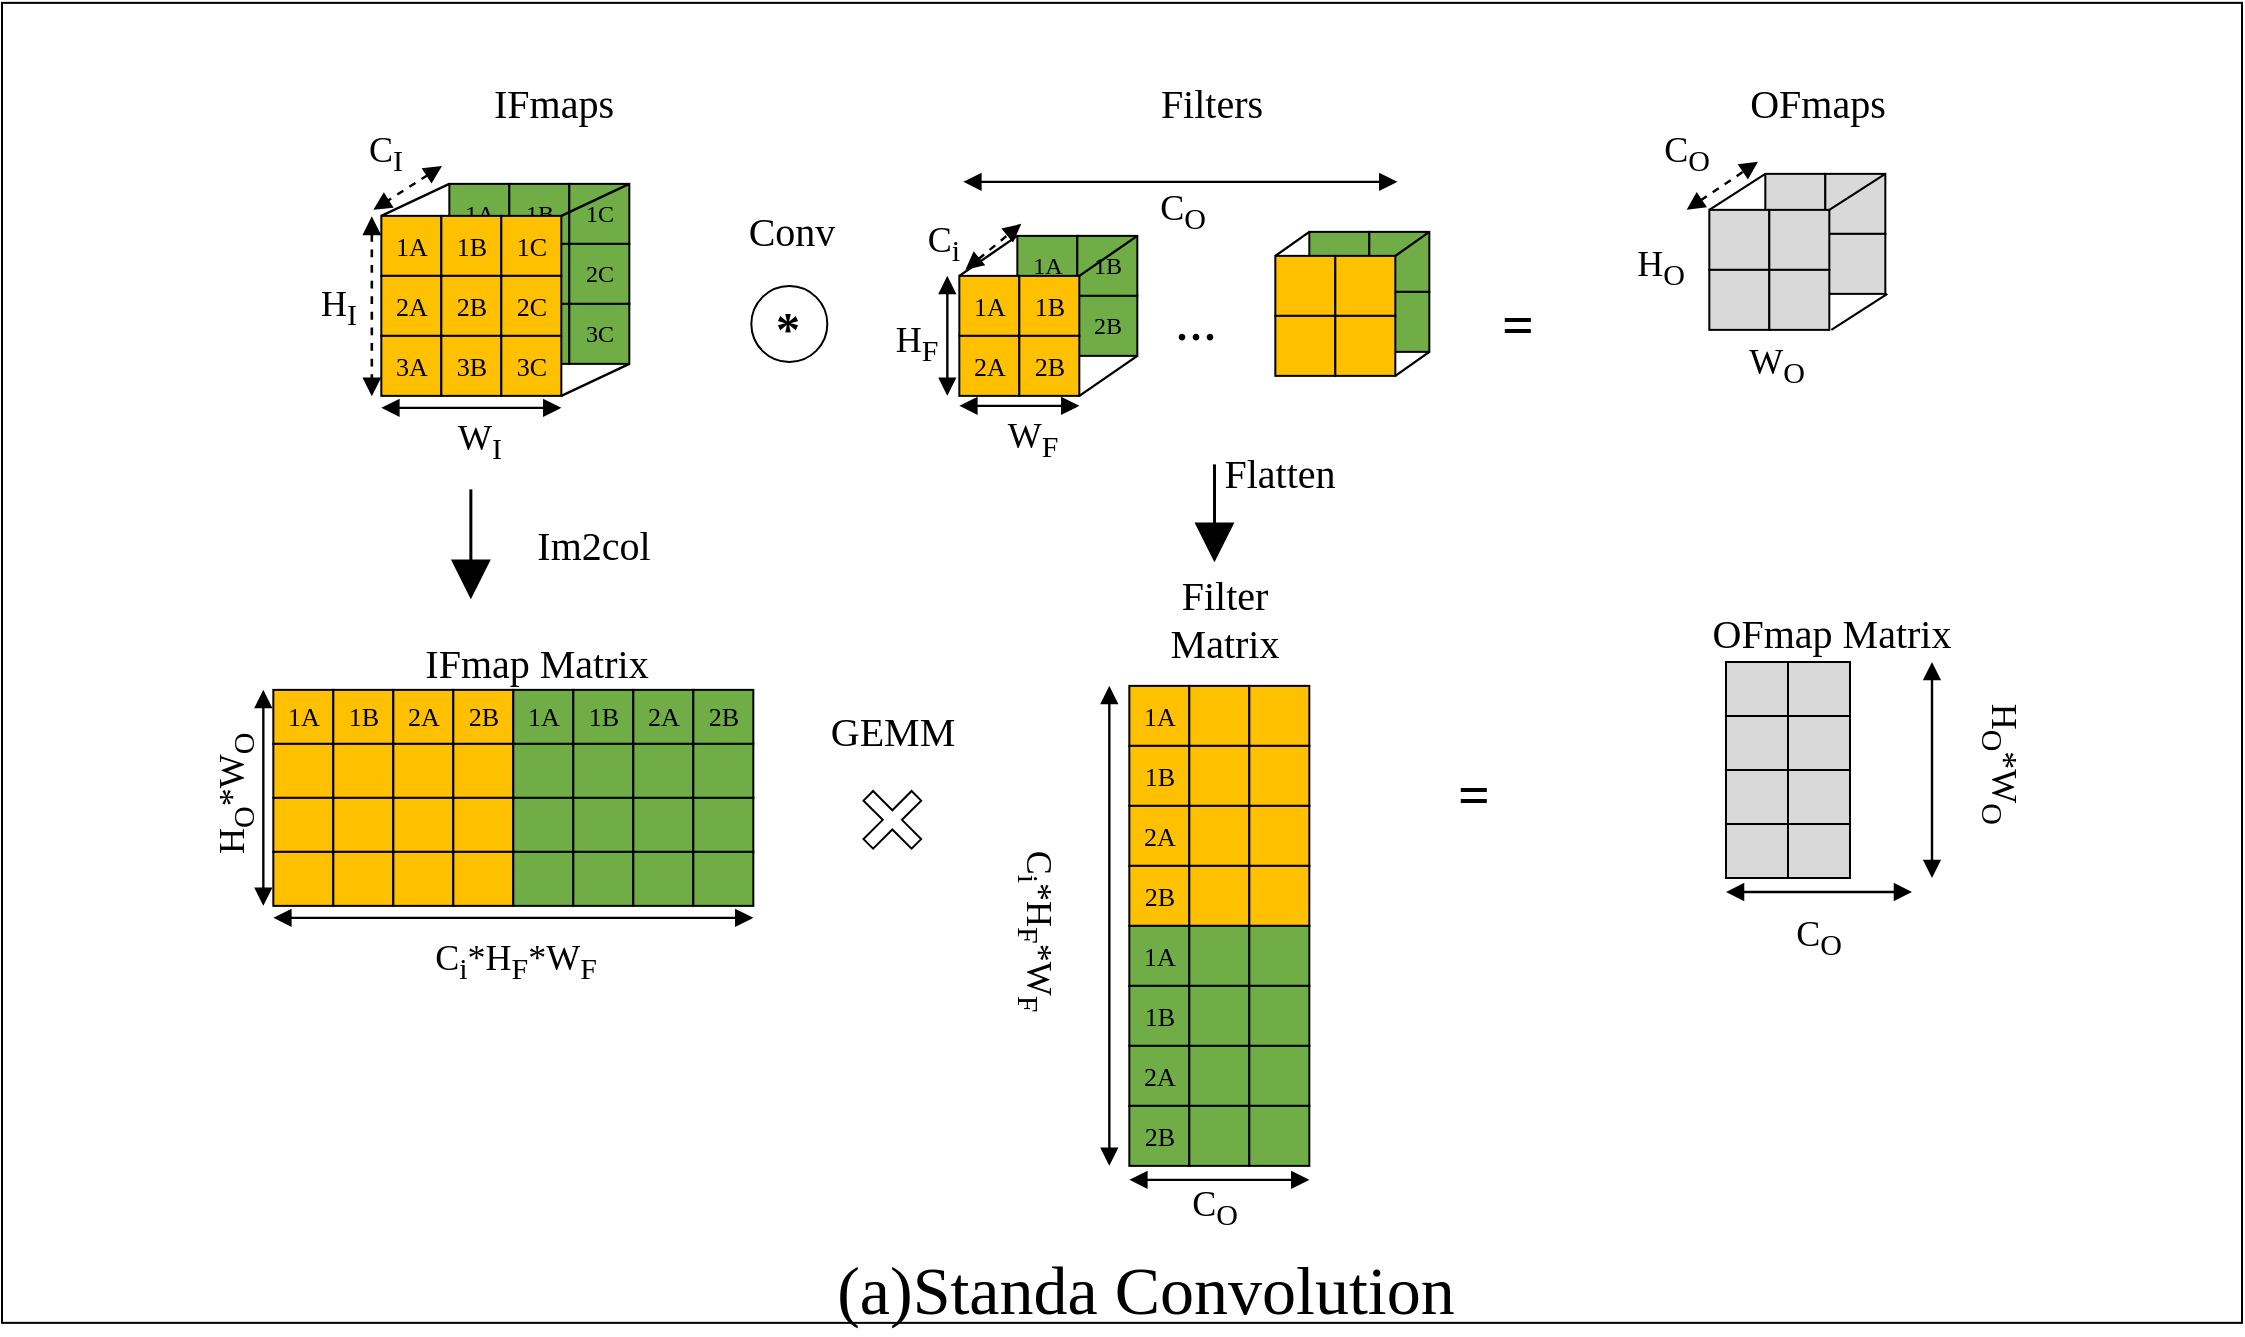
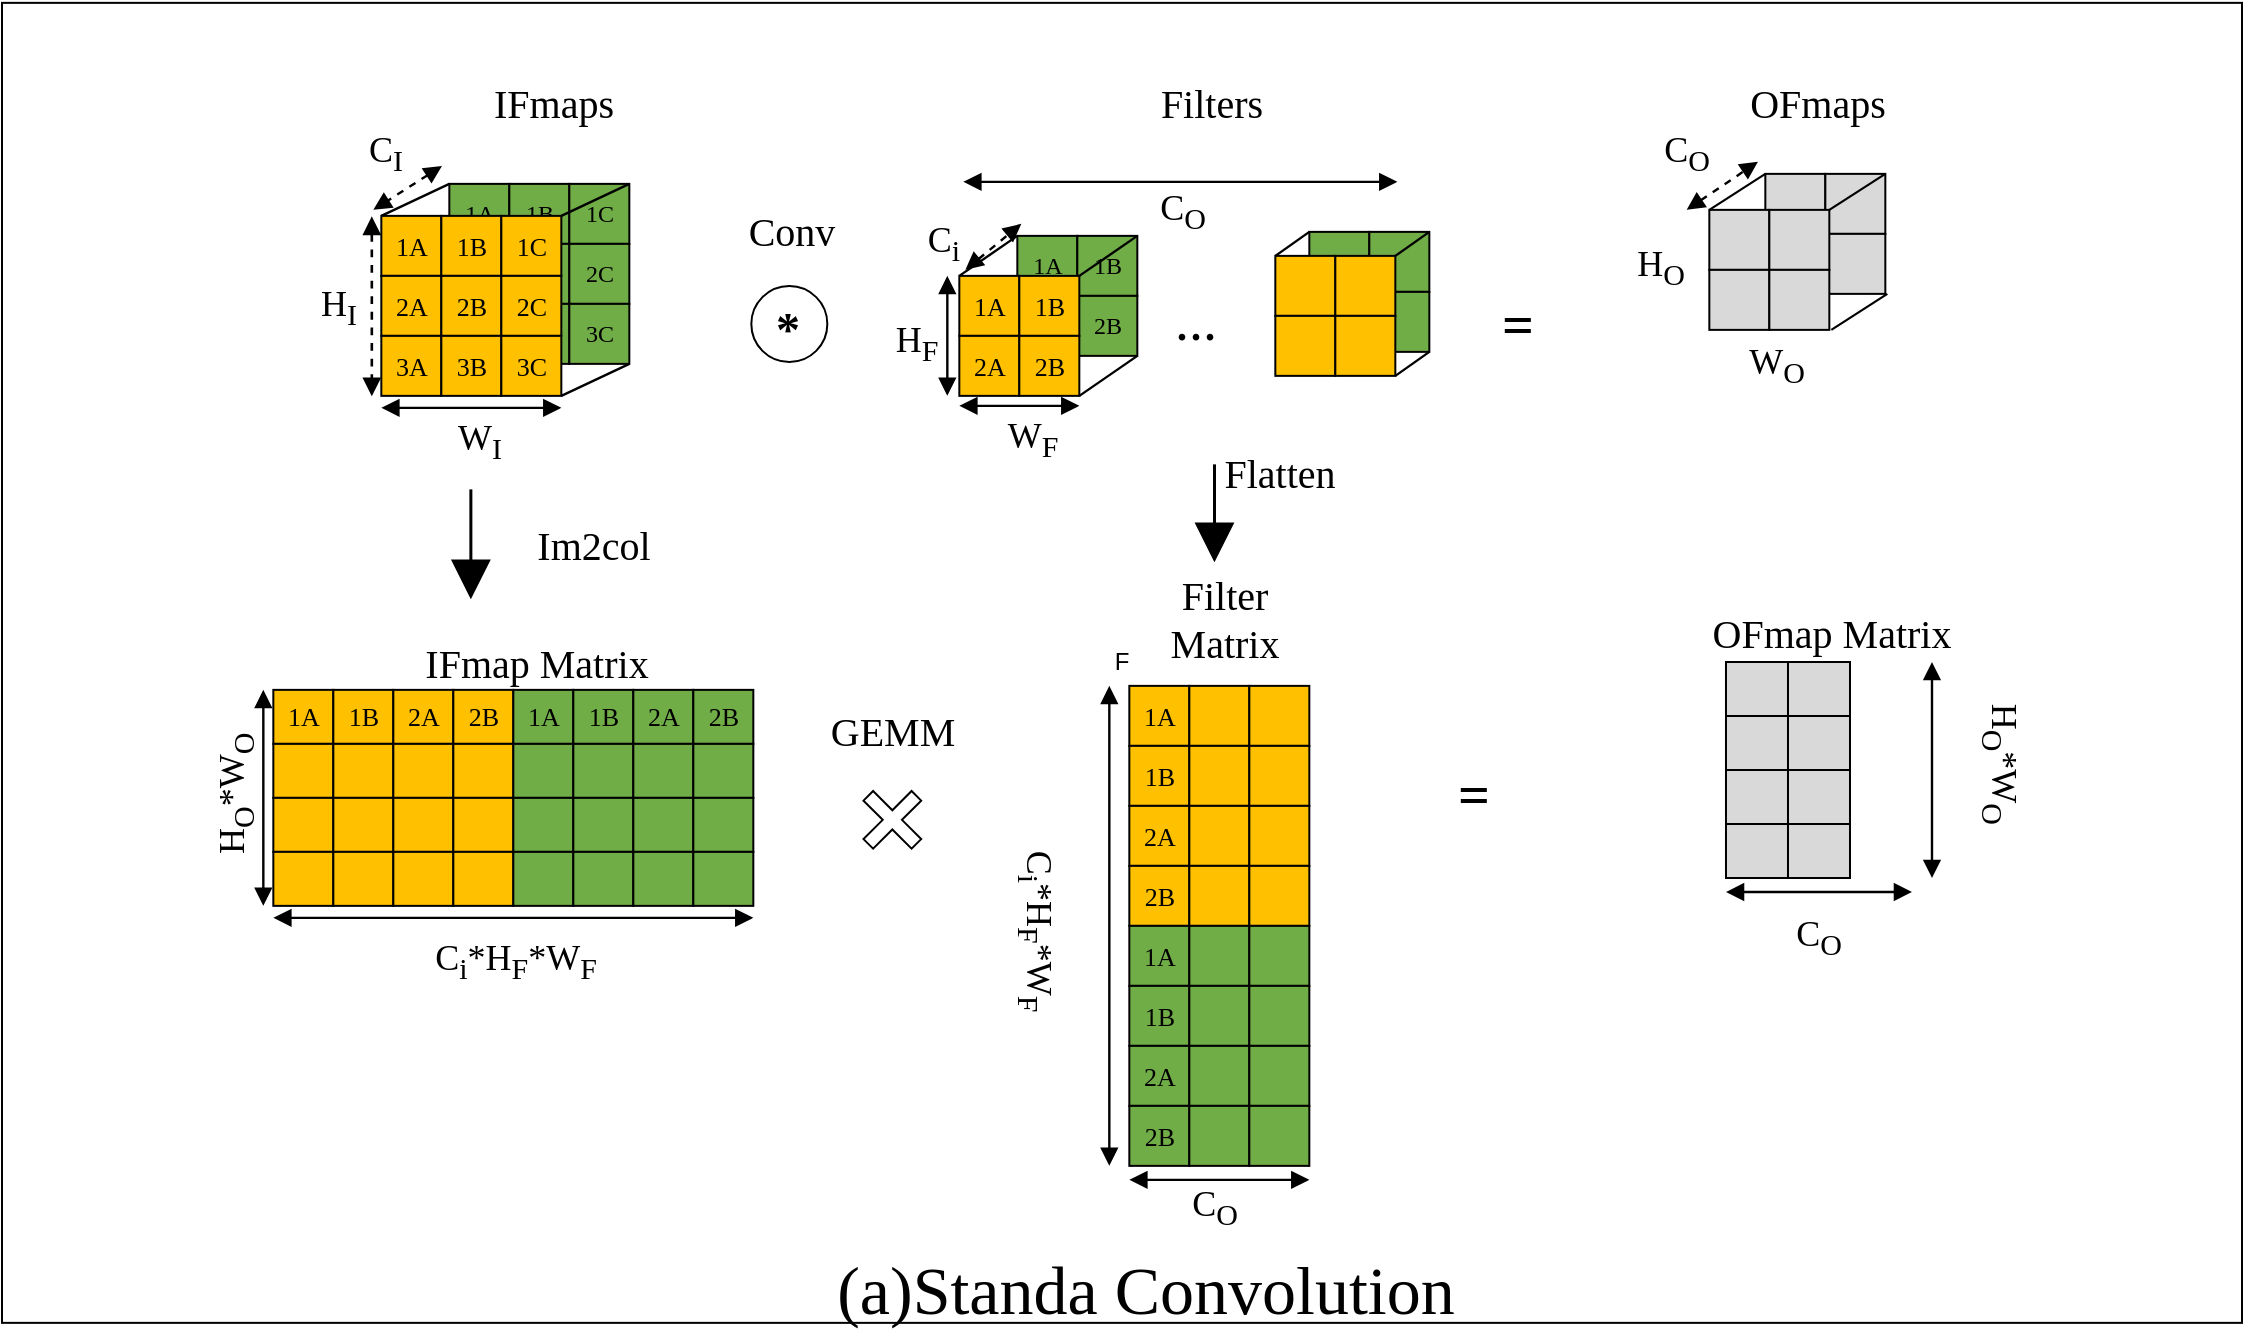
<mxfile host="app.diagrams.net">
  <diagram name="第 1 页" id="x6Te1oZTQ3lXIGcQJ4yT">
-     <mxGraphModel dx="2183" dy="1201" grid="1" gridSize="10" guides="1" tooltips="1" connect="1" arrows="1" fold="1" page="1" pageScale="1" pageWidth="827" pageHeight="1169" math="0" shadow="0">
+     <mxGraphModel dx="3056" dy="1682" grid="1" gridSize="10" guides="1" tooltips="1" connect="1" arrows="1" fold="1" page="1" pageScale="1" pageWidth="827" pageHeight="1169" math="0" shadow="0">
      <root>
        <mxCell id="0" />
        <mxCell id="1" parent="0" />
-         <mxCell id="547RB0s-43AFMOzRQYhj-763" parent="1" style="rounded=0;whiteSpace=wrap;html=1;" value="" vertex="1">
+         <mxCell id="547RB0s-43AFMOzRQYhj-763" parent="1" style="rounded=0;whiteSpace=wrap;html=1;" value="F" vertex="1">
          <mxGeometry height="660" width="1120" x="470" y="58.43" as="geometry" />
        </mxCell>
        <mxCell id="547RB0s-43AFMOzRQYhj-165" parent="1" style="text;html=1;strokeColor=none;fillColor=none;align=center;verticalAlign=middle;whiteSpace=wrap;rounded=0;fontSize=20;fontFamily=Times New Roman;spacing=0;movable=1;resizable=1;rotatable=1;deletable=1;editable=1;locked=0;connectable=1;" value="IFmaps" vertex="1">
          <mxGeometry height="28" width="100" x="695.6666717529297" y="93.93334197998047" as="geometry" />
        </mxCell>
        <mxCell id="547RB0s-43AFMOzRQYhj-166" parent="1" style="text;html=1;strokeColor=none;fillColor=none;align=center;verticalAlign=middle;whiteSpace=wrap;rounded=0;fontSize=20;fontFamily=Times New Roman;spacing=0;" value="Filters" vertex="1">
          <mxGeometry height="28" width="100" x="1024.6666717529297" y="93.93334197998047" as="geometry" />
        </mxCell>
        <mxCell id="547RB0s-43AFMOzRQYhj-167" parent="1" style="text;html=1;strokeColor=none;fillColor=none;align=center;verticalAlign=middle;whiteSpace=wrap;rounded=0;fontSize=20;fontFamily=Times New Roman;spacing=0;" value="OFmaps" vertex="1">
          <mxGeometry height="28" width="100" x="1328.4966717529296" y="93.93334197998047" as="geometry" />
        </mxCell>
        <mxCell id="547RB0s-43AFMOzRQYhj-168" parent="1" style="rounded=0;whiteSpace=wrap;html=1;fillColor=#70AD47;strokeColor=#000000;fontSize=12;fontFamily=Times New Roman;align=center;verticalAlign=middle;spacing=0;" value="1A" vertex="1">
          <mxGeometry height="30" width="30" x="693.6666717529297" y="148.93334197998047" as="geometry" />
        </mxCell>
        <mxCell id="547RB0s-43AFMOzRQYhj-169" parent="1" style="rounded=0;whiteSpace=wrap;html=1;fillColor=#70AD47;strokeColor=#000000;fontSize=12;fontFamily=Times New Roman;align=center;verticalAlign=middle;spacing=0;" value="1B" vertex="1">
          <mxGeometry height="30" width="30" x="723.6666717529297" y="148.93334197998047" as="geometry" />
        </mxCell>
        <mxCell id="547RB0s-43AFMOzRQYhj-170" parent="1" style="rounded=0;whiteSpace=wrap;html=1;fillColor=#70AD47;strokeColor=#000000;fontSize=12;fontFamily=Times New Roman;align=center;verticalAlign=middle;spacing=0;" value="1C" vertex="1">
          <mxGeometry height="30" width="30" x="753.6666717529297" y="148.93334197998047" as="geometry" />
        </mxCell>
        <mxCell id="547RB0s-43AFMOzRQYhj-171" parent="1" style="rounded=0;whiteSpace=wrap;html=1;fillColor=#70AD47;strokeColor=#000000;fontSize=12;fontFamily=Times New Roman;align=center;verticalAlign=middle;spacing=0;" value="2A" vertex="1">
          <mxGeometry height="30" width="30" x="693.6666717529297" y="178.93334197998047" as="geometry" />
        </mxCell>
        <mxCell id="547RB0s-43AFMOzRQYhj-172" parent="1" style="rounded=0;whiteSpace=wrap;html=1;fillColor=#70AD47;strokeColor=#000000;fontSize=12;fontFamily=Times New Roman;align=center;verticalAlign=middle;spacing=0;" value="2B" vertex="1">
          <mxGeometry height="30" width="30" x="723.6666717529297" y="178.93334197998047" as="geometry" />
        </mxCell>
        <mxCell id="547RB0s-43AFMOzRQYhj-173" parent="1" style="rounded=0;whiteSpace=wrap;html=1;fillColor=#70AD47;strokeColor=#000000;fontSize=12;fontFamily=Times New Roman;align=center;verticalAlign=middle;spacing=0;" value="2C" vertex="1">
          <mxGeometry height="30" width="30" x="753.6666717529297" y="178.93334197998047" as="geometry" />
        </mxCell>
        <mxCell id="547RB0s-43AFMOzRQYhj-174" parent="1" style="rounded=0;whiteSpace=wrap;html=1;fillColor=#70AD47;strokeColor=#000000;fontSize=12;fontFamily=Times New Roman;align=center;verticalAlign=middle;spacing=0;" value="3A" vertex="1">
          <mxGeometry height="30" width="30" x="693.6666717529297" y="208.93334197998047" as="geometry" />
        </mxCell>
        <mxCell id="547RB0s-43AFMOzRQYhj-175" parent="1" style="rounded=0;whiteSpace=wrap;html=1;fillColor=#70AD47;strokeColor=#000000;fontSize=12;fontFamily=Times New Roman;align=center;verticalAlign=middle;spacing=0;" value="3B" vertex="1">
          <mxGeometry height="30" width="30" x="723.6666717529297" y="208.93334197998047" as="geometry" />
        </mxCell>
        <mxCell id="547RB0s-43AFMOzRQYhj-176" parent="1" style="rounded=0;whiteSpace=wrap;html=1;fillColor=#70AD47;strokeColor=#000000;fontSize=12;fontFamily=Times New Roman;align=center;verticalAlign=middle;spacing=0;" value="3C" vertex="1">
          <mxGeometry height="30" width="30" x="753.6666717529297" y="208.93334197998047" as="geometry" />
        </mxCell>
        <mxCell id="547RB0s-43AFMOzRQYhj-177" parent="1" style="rounded=0;whiteSpace=wrap;html=1;fillColor=#FFC000;strokeColor=#000000;fontSize=13;fontFamily=Times New Roman;align=center;verticalAlign=middle;spacing=0;" value="1A" vertex="1">
          <mxGeometry height="30" width="30" x="659.6666717529297" y="164.93334197998047" as="geometry" />
        </mxCell>
        <mxCell id="547RB0s-43AFMOzRQYhj-178" parent="1" style="rounded=0;whiteSpace=wrap;html=1;fillColor=#FFC000;strokeColor=#000000;fontSize=13;fontFamily=Times New Roman;align=center;verticalAlign=middle;spacing=0;" value="1B" vertex="1">
          <mxGeometry height="30" width="30" x="689.6666717529297" y="164.93334197998047" as="geometry" />
        </mxCell>
        <mxCell id="547RB0s-43AFMOzRQYhj-179" parent="1" style="rounded=0;whiteSpace=wrap;html=1;fillColor=#FFC000;strokeColor=#000000;fontSize=13;fontFamily=Times New Roman;align=center;verticalAlign=middle;spacing=0;" value="1C" vertex="1">
          <mxGeometry height="30" width="30" x="719.6666717529297" y="164.93334197998047" as="geometry" />
        </mxCell>
        <mxCell id="547RB0s-43AFMOzRQYhj-180" parent="1" style="rounded=0;whiteSpace=wrap;html=1;fillColor=#FFC000;strokeColor=#000000;fontSize=13;fontFamily=Times New Roman;align=center;verticalAlign=middle;spacing=0;" value="2A" vertex="1">
          <mxGeometry height="30" width="30" x="659.6666717529297" y="194.93334197998047" as="geometry" />
        </mxCell>
        <mxCell id="547RB0s-43AFMOzRQYhj-181" parent="1" style="rounded=0;whiteSpace=wrap;html=1;fillColor=#FFC000;strokeColor=#000000;fontSize=13;fontFamily=Times New Roman;align=center;verticalAlign=middle;spacing=0;" value="2B" vertex="1">
          <mxGeometry height="30" width="30" x="689.6666717529297" y="194.93334197998047" as="geometry" />
        </mxCell>
        <mxCell id="547RB0s-43AFMOzRQYhj-182" parent="1" style="rounded=0;whiteSpace=wrap;html=1;fillColor=#FFC000;strokeColor=#000000;fontSize=13;fontFamily=Times New Roman;align=center;verticalAlign=middle;spacing=0;" value="2C" vertex="1">
          <mxGeometry height="30" width="30" x="719.6666717529297" y="194.93334197998047" as="geometry" />
        </mxCell>
        <mxCell id="547RB0s-43AFMOzRQYhj-183" parent="1" style="rounded=0;whiteSpace=wrap;html=1;fillColor=#FFC000;strokeColor=#000000;fontSize=13;fontFamily=Times New Roman;align=center;verticalAlign=middle;spacing=0;" value="3A" vertex="1">
          <mxGeometry height="30" width="30" x="659.6666717529297" y="224.93334197998047" as="geometry" />
        </mxCell>
        <mxCell id="547RB0s-43AFMOzRQYhj-184" parent="1" style="rounded=0;whiteSpace=wrap;html=1;fillColor=#FFC000;strokeColor=#000000;fontSize=13;fontFamily=Times New Roman;align=center;verticalAlign=middle;spacing=0;" value="3B" vertex="1">
          <mxGeometry height="30" width="30" x="689.6666717529297" y="224.93334197998047" as="geometry" />
        </mxCell>
        <mxCell id="547RB0s-43AFMOzRQYhj-185" parent="1" style="rounded=0;whiteSpace=wrap;html=1;fillColor=#FFC000;strokeColor=#000000;fontSize=13;fontFamily=Times New Roman;align=center;verticalAlign=middle;spacing=0;" value="3C" vertex="1">
          <mxGeometry height="30" width="30" x="719.6666717529297" y="224.93334197998047" as="geometry" />
        </mxCell>
        <mxCell id="547RB0s-43AFMOzRQYhj-186" edge="1" parent="1" style="endArrow=none;html=1;rounded=0;strokeWidth=1.2;strokeColor=#000000;" value="">
          <mxGeometry height="50" relative="1" width="50" as="geometry">
            <mxPoint x="659.6666717529297" y="164.93334197998047" as="sourcePoint" />
            <mxPoint x="693.6666717529297" y="148.93334197998047" as="targetPoint" />
          </mxGeometry>
        </mxCell>
        <mxCell id="547RB0s-43AFMOzRQYhj-187" edge="1" parent="1" style="endArrow=none;html=1;rounded=0;strokeWidth=1.2;strokeColor=#000000;" value="">
          <mxGeometry height="50" relative="1" width="50" as="geometry">
            <mxPoint x="749.6666717529297" y="164.93334197998047" as="sourcePoint" />
            <mxPoint x="783.6666717529297" y="148.93334197998047" as="targetPoint" />
          </mxGeometry>
        </mxCell>
        <mxCell id="547RB0s-43AFMOzRQYhj-189" edge="1" parent="1" style="endArrow=none;html=1;rounded=0;strokeWidth=1.2;strokeColor=#000000;" value="">
          <mxGeometry height="50" relative="1" width="50" as="geometry">
            <mxPoint x="749.6666717529297" y="254.93334197998047" as="sourcePoint" />
            <mxPoint x="783.6666717529297" y="238.93334197998047" as="targetPoint" />
          </mxGeometry>
        </mxCell>
        <mxCell id="547RB0s-43AFMOzRQYhj-190" edge="1" parent="1" style="endArrow=block;startArrow=block;endFill=1;startFill=1;html=1;rounded=0;strokeWidth=1.3;strokeColor=#000000;dashed=1;" value="">
          <mxGeometry height="50" relative="1" width="50" as="geometry">
            <mxPoint x="654.6666717529297" y="164.93334197998047" as="sourcePoint" />
            <mxPoint x="654.6666717529297" y="254.93334197998047" as="targetPoint" />
          </mxGeometry>
        </mxCell>
        <mxCell id="547RB0s-43AFMOzRQYhj-191" parent="1" style="text;html=1;strokeColor=none;fillColor=none;align=center;verticalAlign=middle;whiteSpace=wrap;rounded=0;fontSize=18;fontFamily=Times New Roman;spacing=0;" value="H&lt;sub&gt;I&lt;/sub&gt;" vertex="1">
          <mxGeometry height="28" width="25" x="625.6666717529297" y="196.93334197998047" as="geometry" />
        </mxCell>
        <mxCell id="547RB0s-43AFMOzRQYhj-192" edge="1" parent="1" style="endArrow=block;startArrow=block;endFill=1;startFill=1;html=1;rounded=0;strokeWidth=1.2;strokeColor=#000000;" value="">
          <mxGeometry height="50" relative="1" width="50" as="geometry">
            <mxPoint x="659.6666717529297" y="260.93334197998047" as="sourcePoint" />
            <mxPoint x="749.6666717529297" y="260.93334197998047" as="targetPoint" />
          </mxGeometry>
        </mxCell>
        <mxCell id="547RB0s-43AFMOzRQYhj-193" parent="1" style="text;html=1;strokeColor=none;fillColor=none;align=center;verticalAlign=middle;whiteSpace=wrap;rounded=0;fontSize=18;fontFamily=Times New Roman;spacing=0;" value="W&lt;sub&gt;I&lt;/sub&gt;" vertex="1">
          <mxGeometry height="22" width="40" x="688.6666717529297" y="266.93334197998047" as="geometry" />
        </mxCell>
        <mxCell id="547RB0s-43AFMOzRQYhj-194" edge="1" parent="1" style="endArrow=block;startArrow=block;endFill=1;startFill=1;html=1;rounded=0;strokeWidth=1.2;strokeColor=#000000;dashed=1;" value="">
          <mxGeometry height="50" relative="1" width="50" as="geometry">
            <mxPoint x="690" y="140" as="sourcePoint" />
            <mxPoint x="655.67" y="161.93" as="targetPoint" />
          </mxGeometry>
        </mxCell>
        <mxCell id="547RB0s-43AFMOzRQYhj-195" parent="1" style="text;html=1;strokeColor=none;fillColor=none;align=center;verticalAlign=middle;whiteSpace=wrap;rounded=0;fontSize=18;fontFamily=Times New Roman;spacing=0;" value="C&lt;sub&gt;I&lt;/sub&gt;" vertex="1">
          <mxGeometry height="24" width="40" x="641.6666717529297" y="121.93334197998047" as="geometry" />
        </mxCell>
        <mxCell id="547RB0s-43AFMOzRQYhj-196" parent="1" style="text;html=1;strokeColor=none;fillColor=none;align=center;verticalAlign=middle;whiteSpace=wrap;rounded=0;fontSize=20;fontFamily=Times New Roman;spacing=0;" value="Conv" vertex="1">
          <mxGeometry height="26" width="50" x="839.8366717529296" y="158.93334197998047" as="geometry" />
        </mxCell>
        <mxCell id="547RB0s-43AFMOzRQYhj-198" parent="1" style="rounded=0;whiteSpace=wrap;html=1;fillColor=#70AD47;strokeColor=#000000;fontSize=12;fontFamily=Times New Roman;align=center;verticalAlign=middle;spacing=0;" value="1A" vertex="1">
          <mxGeometry height="30" width="30" x="977.6666717529297" y="174.93334197998047" as="geometry" />
        </mxCell>
        <mxCell id="547RB0s-43AFMOzRQYhj-199" parent="1" style="rounded=0;whiteSpace=wrap;html=1;fillColor=#70AD47;strokeColor=#000000;fontSize=12;fontFamily=Times New Roman;align=center;verticalAlign=middle;spacing=0;" value="1B" vertex="1">
          <mxGeometry height="30" width="30" x="1007.6666717529297" y="174.93334197998047" as="geometry" />
        </mxCell>
        <mxCell id="547RB0s-43AFMOzRQYhj-200" parent="1" style="rounded=0;whiteSpace=wrap;html=1;fillColor=#70AD47;strokeColor=#000000;fontSize=12;fontFamily=Times New Roman;align=center;verticalAlign=middle;spacing=0;" value="2A" vertex="1">
          <mxGeometry height="30" width="30" x="977.6666717529297" y="204.93334197998047" as="geometry" />
        </mxCell>
        <mxCell id="547RB0s-43AFMOzRQYhj-201" parent="1" style="rounded=0;whiteSpace=wrap;html=1;fillColor=#70AD47;strokeColor=#000000;fontSize=12;fontFamily=Times New Roman;align=center;verticalAlign=middle;spacing=0;" value="2B" vertex="1">
          <mxGeometry height="30" width="30" x="1007.6666717529297" y="204.93334197998047" as="geometry" />
        </mxCell>
        <mxCell id="547RB0s-43AFMOzRQYhj-202" parent="1" style="rounded=0;whiteSpace=wrap;html=1;fillColor=#FFC000;strokeColor=#000000;fontSize=13;fontFamily=Times New Roman;align=center;verticalAlign=middle;spacing=0;" value="1A" vertex="1">
          <mxGeometry height="30" width="30" x="948.6666717529297" y="194.93334197998047" as="geometry" />
        </mxCell>
        <mxCell id="547RB0s-43AFMOzRQYhj-203" parent="1" style="rounded=0;whiteSpace=wrap;html=1;fillColor=#FFC000;strokeColor=#000000;fontSize=13;fontFamily=Times New Roman;align=center;verticalAlign=middle;spacing=0;" value="1B" vertex="1">
          <mxGeometry height="30" width="30" x="978.6666717529297" y="194.93334197998047" as="geometry" />
        </mxCell>
        <mxCell id="547RB0s-43AFMOzRQYhj-204" parent="1" style="rounded=0;whiteSpace=wrap;html=1;fillColor=#FFC000;strokeColor=#000000;fontSize=13;fontFamily=Times New Roman;align=center;verticalAlign=middle;spacing=0;" value="2A" vertex="1">
          <mxGeometry height="30" width="30" x="948.6666717529297" y="224.93334197998047" as="geometry" />
        </mxCell>
        <mxCell id="547RB0s-43AFMOzRQYhj-205" parent="1" style="rounded=0;whiteSpace=wrap;html=1;fillColor=#FFC000;strokeColor=#000000;fontSize=13;fontFamily=Times New Roman;align=center;verticalAlign=middle;spacing=0;" value="2B" vertex="1">
          <mxGeometry height="30" width="30" x="978.6666717529297" y="224.93334197998047" as="geometry" />
        </mxCell>
        <mxCell id="547RB0s-43AFMOzRQYhj-206" edge="1" parent="1" style="endArrow=none;html=1;rounded=0;strokeWidth=1.2;strokeColor=#000000;" value="">
          <mxGeometry height="50" relative="1" width="50" as="geometry">
            <mxPoint x="948.6666717529297" y="194.93334197998047" as="sourcePoint" />
            <mxPoint x="977.6666717529297" y="174.93334197998047" as="targetPoint" />
          </mxGeometry>
        </mxCell>
        <mxCell id="547RB0s-43AFMOzRQYhj-207" edge="1" parent="1" style="endArrow=none;html=1;rounded=0;strokeWidth=1.2;strokeColor=#000000;" value="">
          <mxGeometry height="50" relative="1" width="50" as="geometry">
            <mxPoint x="1008.6666717529297" y="194.93334197998047" as="sourcePoint" />
            <mxPoint x="1037.6666717529297" y="174.93334197998047" as="targetPoint" />
          </mxGeometry>
        </mxCell>
        <mxCell id="547RB0s-43AFMOzRQYhj-209" edge="1" parent="1" style="endArrow=none;html=1;rounded=0;strokeWidth=1.2;strokeColor=#000000;" value="">
          <mxGeometry height="50" relative="1" width="50" as="geometry">
            <mxPoint x="1008.6666717529297" y="254.93334197998047" as="sourcePoint" />
            <mxPoint x="1037.6666717529297" y="234.93334197998047" as="targetPoint" />
          </mxGeometry>
        </mxCell>
        <mxCell id="547RB0s-43AFMOzRQYhj-222" parent="1" style="text;html=1;strokeColor=none;fillColor=none;align=center;verticalAlign=middle;whiteSpace=wrap;rounded=0;fontSize=28;fontFamily=Times New Roman;spacing=0;" value="..." vertex="1">
          <mxGeometry height="30" width="50" x="1041.6666717529297" y="201.93334197998047" as="geometry" />
        </mxCell>
        <mxCell id="547RB0s-43AFMOzRQYhj-223" edge="1" parent="1" style="endArrow=block;startArrow=block;endFill=1;startFill=1;html=1;rounded=0;strokeWidth=1.2;strokeColor=#000000;" value="">
          <mxGeometry height="50" relative="1" width="50" as="geometry">
            <mxPoint x="950.6666717529297" y="147.93334197998047" as="sourcePoint" />
            <mxPoint x="1167.6666717529297" y="147.93334197998047" as="targetPoint" />
          </mxGeometry>
        </mxCell>
        <mxCell id="547RB0s-43AFMOzRQYhj-224" parent="1" style="text;html=1;strokeColor=none;fillColor=none;align=center;verticalAlign=middle;whiteSpace=wrap;rounded=0;fontSize=18;fontFamily=Times New Roman;spacing=0;" value="C&lt;sub&gt;O&lt;/sub&gt;" vertex="1">
          <mxGeometry height="24" width="45" x="1037.6666717529297" y="150.93334197998047" as="geometry" />
        </mxCell>
        <mxCell id="547RB0s-43AFMOzRQYhj-225" edge="1" parent="1" style="endArrow=block;startArrow=block;endFill=1;startFill=1;html=1;rounded=0;strokeWidth=1.2;strokeColor=#000000;" value="">
          <mxGeometry height="50" relative="1" width="50" as="geometry">
            <mxPoint x="942.6666717529297" y="194.93334197998047" as="sourcePoint" />
            <mxPoint x="942.6666717529297" y="254.93334197998047" as="targetPoint" />
          </mxGeometry>
        </mxCell>
        <mxCell id="547RB0s-43AFMOzRQYhj-226" parent="1" style="text;html=1;strokeColor=none;fillColor=none;align=center;verticalAlign=middle;whiteSpace=wrap;rounded=0;fontSize=18;fontFamily=Times New Roman;spacing=0;" value="H&lt;sub&gt;F&lt;/sub&gt;" vertex="1">
          <mxGeometry height="24" width="35" x="909.6666717529297" y="216.93334197998047" as="geometry" />
        </mxCell>
        <mxCell id="547RB0s-43AFMOzRQYhj-227" edge="1" parent="1" style="endArrow=block;startArrow=block;endFill=1;startFill=1;html=1;rounded=0;strokeWidth=1.2;strokeColor=#000000;" value="">
          <mxGeometry height="50" relative="1" width="50" as="geometry">
            <mxPoint x="948.6666717529297" y="259.93334197998047" as="sourcePoint" />
            <mxPoint x="1008.6666717529297" y="259.93334197998047" as="targetPoint" />
          </mxGeometry>
        </mxCell>
        <mxCell id="547RB0s-43AFMOzRQYhj-228" parent="1" style="text;html=1;strokeColor=none;fillColor=none;align=center;verticalAlign=middle;whiteSpace=wrap;rounded=0;fontSize=18;fontFamily=Times New Roman;spacing=0;" value="W&lt;sub&gt;F&lt;/sub&gt;" vertex="1">
          <mxGeometry height="22" width="45" x="962.6666717529297" y="265.93334197998047" as="geometry" />
        </mxCell>
        <mxCell id="547RB0s-43AFMOzRQYhj-229" edge="1" parent="1" style="endArrow=block;startArrow=block;endFill=1;startFill=1;html=1;rounded=0;strokeWidth=1.2;strokeColor=#000000;dashed=1;" value="">
          <mxGeometry height="50" relative="1" width="50" as="geometry">
            <mxPoint x="951.6666717529297" y="191.93334197998047" as="sourcePoint" />
            <mxPoint x="979.6666717529297" y="168.93334197998047" as="targetPoint" />
          </mxGeometry>
        </mxCell>
        <mxCell id="547RB0s-43AFMOzRQYhj-230" parent="1" style="text;html=1;strokeColor=none;fillColor=none;align=center;verticalAlign=middle;whiteSpace=wrap;rounded=0;fontSize=18;fontFamily=Times New Roman;spacing=0;" value="C&lt;sub&gt;i&lt;/sub&gt;" vertex="1">
          <mxGeometry height="24" width="38" x="921.6666717529297" y="166.93334197998047" as="geometry" />
        </mxCell>
        <mxCell id="547RB0s-43AFMOzRQYhj-231" parent="1" style="text;html=1;strokeColor=none;fillColor=none;align=center;verticalAlign=middle;whiteSpace=wrap;rounded=0;fontSize=28;fontFamily=Times New Roman;spacing=0;fontStyle=1;" value="=" vertex="1">
          <mxGeometry height="34" width="30" x="1212.6666717529297" y="201.93334197998047" as="geometry" />
        </mxCell>
        <mxCell id="547RB0s-43AFMOzRQYhj-258" edge="1" parent="1" style="endArrow=block;html=1;rounded=0;strokeWidth=1.5;strokeColor=#000000;endSize=16;" value="">
          <mxGeometry height="50" relative="1" width="50" as="geometry">
            <mxPoint x="704.1866717529297" y="301.43334197998047" as="sourcePoint" />
            <mxPoint x="704.1866717529297" y="356.43334197998047" as="targetPoint" />
          </mxGeometry>
        </mxCell>
        <mxCell id="547RB0s-43AFMOzRQYhj-259" parent="1" style="text;html=1;strokeColor=none;fillColor=none;align=center;verticalAlign=middle;whiteSpace=wrap;rounded=0;fontSize=20;fontFamily=Times New Roman;spacing=0;" value="Im2col" vertex="1">
          <mxGeometry height="26" width="80" x="725.6666717529297" y="315.93334197998047" as="geometry" />
        </mxCell>
        <mxCell id="547RB0s-43AFMOzRQYhj-260" parent="1" style="text;html=1;strokeColor=none;fillColor=none;align=center;verticalAlign=middle;whiteSpace=wrap;rounded=0;fontSize=20;fontFamily=Times New Roman;spacing=0;" value="IFmap Matrix" vertex="1">
          <mxGeometry height="25" width="145" x="664.6666717529297" y="375.93334197998047" as="geometry" />
        </mxCell>
        <mxCell id="547RB0s-43AFMOzRQYhj-261" parent="1" style="rounded=0;whiteSpace=wrap;html=1;fillColor=#FFC000;strokeColor=#000000;fontSize=13;fontFamily=Times New Roman;align=center;verticalAlign=middle;spacing=0;" value="1A" vertex="1">
          <mxGeometry height="27" width="30" x="605.6666717529297" y="401.93334197998047" as="geometry" />
        </mxCell>
        <mxCell id="547RB0s-43AFMOzRQYhj-262" parent="1" style="rounded=0;whiteSpace=wrap;html=1;fillColor=#FFC000;strokeColor=#000000;fontSize=13;fontFamily=Times New Roman;align=center;verticalAlign=middle;spacing=0;" value="1B" vertex="1">
          <mxGeometry height="27" width="30" x="635.6666717529297" y="401.93334197998047" as="geometry" />
        </mxCell>
        <mxCell id="547RB0s-43AFMOzRQYhj-263" parent="1" style="rounded=0;whiteSpace=wrap;html=1;fillColor=#FFC000;strokeColor=#000000;fontSize=13;fontFamily=Times New Roman;align=center;verticalAlign=middle;spacing=0;" value="2A" vertex="1">
          <mxGeometry height="27" width="30" x="665.6666717529297" y="401.93334197998047" as="geometry" />
        </mxCell>
        <mxCell id="547RB0s-43AFMOzRQYhj-264" parent="1" style="rounded=0;whiteSpace=wrap;html=1;fillColor=#FFC000;strokeColor=#000000;fontSize=13;fontFamily=Times New Roman;align=center;verticalAlign=middle;spacing=0;" value="2B" vertex="1">
          <mxGeometry height="27" width="30" x="695.6666717529297" y="401.93334197998047" as="geometry" />
        </mxCell>
        <mxCell id="547RB0s-43AFMOzRQYhj-265" parent="1" style="rounded=0;whiteSpace=wrap;html=1;fillColor=#70AD47;strokeColor=#000000;fontSize=13;fontFamily=Times New Roman;align=center;verticalAlign=middle;spacing=0;" value="1A" vertex="1">
          <mxGeometry height="27" width="30" x="725.6666717529297" y="401.93334197998047" as="geometry" />
        </mxCell>
        <mxCell id="547RB0s-43AFMOzRQYhj-266" parent="1" style="rounded=0;whiteSpace=wrap;html=1;fillColor=#70AD47;strokeColor=#000000;fontSize=13;fontFamily=Times New Roman;align=center;verticalAlign=middle;spacing=0;" value="1B" vertex="1">
          <mxGeometry height="27" width="30" x="755.6666717529297" y="401.93334197998047" as="geometry" />
        </mxCell>
        <mxCell id="547RB0s-43AFMOzRQYhj-267" parent="1" style="rounded=0;whiteSpace=wrap;html=1;fillColor=#70AD47;strokeColor=#000000;fontSize=13;fontFamily=Times New Roman;align=center;verticalAlign=middle;spacing=0;" value="2A" vertex="1">
          <mxGeometry height="27" width="30" x="785.6666717529297" y="401.93334197998047" as="geometry" />
        </mxCell>
        <mxCell id="547RB0s-43AFMOzRQYhj-268" parent="1" style="rounded=0;whiteSpace=wrap;html=1;fillColor=#70AD47;strokeColor=#000000;fontSize=13;fontFamily=Times New Roman;align=center;verticalAlign=middle;spacing=0;" value="2B" vertex="1">
          <mxGeometry height="27" width="30" x="815.6666717529297" y="401.93334197998047" as="geometry" />
        </mxCell>
        <mxCell id="547RB0s-43AFMOzRQYhj-269" parent="1" style="rounded=0;whiteSpace=wrap;html=1;fillColor=#FFC000;strokeColor=#000000;fontSize=13;fontFamily=Times New Roman;align=center;verticalAlign=middle;spacing=0;" value="" vertex="1">
          <mxGeometry height="27" width="30" x="605.6666717529297" y="428.93334197998047" as="geometry" />
        </mxCell>
        <mxCell id="547RB0s-43AFMOzRQYhj-270" parent="1" style="rounded=0;whiteSpace=wrap;html=1;fillColor=#FFC000;strokeColor=#000000;fontSize=13;fontFamily=Times New Roman;align=center;verticalAlign=middle;spacing=0;" value="" vertex="1">
          <mxGeometry height="27" width="30" x="635.6666717529297" y="428.93334197998047" as="geometry" />
        </mxCell>
        <mxCell id="547RB0s-43AFMOzRQYhj-271" parent="1" style="rounded=0;whiteSpace=wrap;html=1;fillColor=#FFC000;strokeColor=#000000;fontSize=13;fontFamily=Times New Roman;align=center;verticalAlign=middle;spacing=0;" value="" vertex="1">
          <mxGeometry height="27" width="30" x="665.6666717529297" y="428.93334197998047" as="geometry" />
        </mxCell>
        <mxCell id="547RB0s-43AFMOzRQYhj-272" parent="1" style="rounded=0;whiteSpace=wrap;html=1;fillColor=#FFC000;strokeColor=#000000;fontSize=13;fontFamily=Times New Roman;align=center;verticalAlign=middle;spacing=0;" value="" vertex="1">
          <mxGeometry height="27" width="30" x="695.6666717529297" y="428.93334197998047" as="geometry" />
        </mxCell>
        <mxCell id="547RB0s-43AFMOzRQYhj-273" parent="1" style="rounded=0;whiteSpace=wrap;html=1;fillColor=#70AD47;strokeColor=#000000;fontSize=13;fontFamily=Times New Roman;align=center;verticalAlign=middle;spacing=0;" value="" vertex="1">
          <mxGeometry height="27" width="30" x="725.6666717529297" y="428.93334197998047" as="geometry" />
        </mxCell>
        <mxCell id="547RB0s-43AFMOzRQYhj-274" parent="1" style="rounded=0;whiteSpace=wrap;html=1;fillColor=#70AD47;strokeColor=#000000;fontSize=13;fontFamily=Times New Roman;align=center;verticalAlign=middle;spacing=0;" value="" vertex="1">
          <mxGeometry height="27" width="30" x="755.6666717529297" y="428.93334197998047" as="geometry" />
        </mxCell>
        <mxCell id="547RB0s-43AFMOzRQYhj-275" parent="1" style="rounded=0;whiteSpace=wrap;html=1;fillColor=#70AD47;strokeColor=#000000;fontSize=13;fontFamily=Times New Roman;align=center;verticalAlign=middle;spacing=0;" value="" vertex="1">
          <mxGeometry height="27" width="30" x="785.6666717529297" y="428.93334197998047" as="geometry" />
        </mxCell>
        <mxCell id="547RB0s-43AFMOzRQYhj-276" parent="1" style="rounded=0;whiteSpace=wrap;html=1;fillColor=#70AD47;strokeColor=#000000;fontSize=13;fontFamily=Times New Roman;align=center;verticalAlign=middle;spacing=0;" value="" vertex="1">
          <mxGeometry height="27" width="30" x="815.6666717529297" y="428.93334197998047" as="geometry" />
        </mxCell>
        <mxCell id="547RB0s-43AFMOzRQYhj-277" parent="1" style="rounded=0;whiteSpace=wrap;html=1;fillColor=#FFC000;strokeColor=#000000;fontSize=13;fontFamily=Times New Roman;align=center;verticalAlign=middle;spacing=0;" value="" vertex="1">
          <mxGeometry height="27" width="30" x="605.6666717529297" y="455.93334197998047" as="geometry" />
        </mxCell>
        <mxCell id="547RB0s-43AFMOzRQYhj-278" parent="1" style="rounded=0;whiteSpace=wrap;html=1;fillColor=#FFC000;strokeColor=#000000;fontSize=13;fontFamily=Times New Roman;align=center;verticalAlign=middle;spacing=0;" value="" vertex="1">
          <mxGeometry height="27" width="30" x="635.6666717529297" y="455.93334197998047" as="geometry" />
        </mxCell>
        <mxCell id="547RB0s-43AFMOzRQYhj-279" parent="1" style="rounded=0;whiteSpace=wrap;html=1;fillColor=#FFC000;strokeColor=#000000;fontSize=13;fontFamily=Times New Roman;align=center;verticalAlign=middle;spacing=0;" value="" vertex="1">
          <mxGeometry height="27" width="30" x="665.6666717529297" y="455.93334197998047" as="geometry" />
        </mxCell>
        <mxCell id="547RB0s-43AFMOzRQYhj-280" parent="1" style="rounded=0;whiteSpace=wrap;html=1;fillColor=#FFC000;strokeColor=#000000;fontSize=13;fontFamily=Times New Roman;align=center;verticalAlign=middle;spacing=0;" value="" vertex="1">
          <mxGeometry height="27" width="30" x="695.6666717529297" y="455.93334197998047" as="geometry" />
        </mxCell>
        <mxCell id="547RB0s-43AFMOzRQYhj-281" parent="1" style="rounded=0;whiteSpace=wrap;html=1;fillColor=#70AD47;strokeColor=#000000;fontSize=13;fontFamily=Times New Roman;align=center;verticalAlign=middle;spacing=0;" value="" vertex="1">
          <mxGeometry height="27" width="30" x="725.6666717529297" y="455.93334197998047" as="geometry" />
        </mxCell>
        <mxCell id="547RB0s-43AFMOzRQYhj-282" parent="1" style="rounded=0;whiteSpace=wrap;html=1;fillColor=#70AD47;strokeColor=#000000;fontSize=13;fontFamily=Times New Roman;align=center;verticalAlign=middle;spacing=0;" value="" vertex="1">
          <mxGeometry height="27" width="30" x="755.6666717529297" y="455.93334197998047" as="geometry" />
        </mxCell>
        <mxCell id="547RB0s-43AFMOzRQYhj-283" parent="1" style="rounded=0;whiteSpace=wrap;html=1;fillColor=#70AD47;strokeColor=#000000;fontSize=13;fontFamily=Times New Roman;align=center;verticalAlign=middle;spacing=0;" value="" vertex="1">
          <mxGeometry height="27" width="30" x="785.6666717529297" y="455.93334197998047" as="geometry" />
        </mxCell>
        <mxCell id="547RB0s-43AFMOzRQYhj-284" parent="1" style="rounded=0;whiteSpace=wrap;html=1;fillColor=#70AD47;strokeColor=#000000;fontSize=13;fontFamily=Times New Roman;align=center;verticalAlign=middle;spacing=0;" value="" vertex="1">
          <mxGeometry height="27" width="30" x="815.6666717529297" y="455.93334197998047" as="geometry" />
        </mxCell>
        <mxCell id="547RB0s-43AFMOzRQYhj-285" parent="1" style="rounded=0;whiteSpace=wrap;html=1;fillColor=#FFC000;strokeColor=#000000;fontSize=13;fontFamily=Times New Roman;align=center;verticalAlign=middle;spacing=0;" value="" vertex="1">
          <mxGeometry height="27" width="30" x="605.6666717529297" y="482.93334197998047" as="geometry" />
        </mxCell>
        <mxCell id="547RB0s-43AFMOzRQYhj-286" parent="1" style="rounded=0;whiteSpace=wrap;html=1;fillColor=#FFC000;strokeColor=#000000;fontSize=13;fontFamily=Times New Roman;align=center;verticalAlign=middle;spacing=0;" value="" vertex="1">
          <mxGeometry height="27" width="30" x="635.6666717529297" y="482.93334197998047" as="geometry" />
        </mxCell>
        <mxCell id="547RB0s-43AFMOzRQYhj-287" parent="1" style="rounded=0;whiteSpace=wrap;html=1;fillColor=#FFC000;strokeColor=#000000;fontSize=13;fontFamily=Times New Roman;align=center;verticalAlign=middle;spacing=0;" value="" vertex="1">
          <mxGeometry height="27" width="30" x="665.6666717529297" y="482.93334197998047" as="geometry" />
        </mxCell>
        <mxCell id="547RB0s-43AFMOzRQYhj-288" parent="1" style="rounded=0;whiteSpace=wrap;html=1;fillColor=#FFC000;strokeColor=#000000;fontSize=13;fontFamily=Times New Roman;align=center;verticalAlign=middle;spacing=0;" value="" vertex="1">
          <mxGeometry height="27" width="30" x="695.6666717529297" y="482.93334197998047" as="geometry" />
        </mxCell>
        <mxCell id="547RB0s-43AFMOzRQYhj-289" parent="1" style="rounded=0;whiteSpace=wrap;html=1;fillColor=#70AD47;strokeColor=#000000;fontSize=13;fontFamily=Times New Roman;align=center;verticalAlign=middle;spacing=0;" value="" vertex="1">
          <mxGeometry height="27" width="30" x="725.6666717529297" y="482.93334197998047" as="geometry" />
        </mxCell>
        <mxCell id="547RB0s-43AFMOzRQYhj-290" parent="1" style="rounded=0;whiteSpace=wrap;html=1;fillColor=#70AD47;strokeColor=#000000;fontSize=13;fontFamily=Times New Roman;align=center;verticalAlign=middle;spacing=0;" value="" vertex="1">
          <mxGeometry height="27" width="30" x="755.6666717529297" y="482.93334197998047" as="geometry" />
        </mxCell>
        <mxCell id="547RB0s-43AFMOzRQYhj-291" parent="1" style="rounded=0;whiteSpace=wrap;html=1;fillColor=#70AD47;strokeColor=#000000;fontSize=13;fontFamily=Times New Roman;align=center;verticalAlign=middle;spacing=0;" value="" vertex="1">
          <mxGeometry height="27" width="30" x="785.6666717529297" y="482.93334197998047" as="geometry" />
        </mxCell>
        <mxCell id="547RB0s-43AFMOzRQYhj-292" parent="1" style="rounded=0;whiteSpace=wrap;html=1;fillColor=#70AD47;strokeColor=#000000;fontSize=13;fontFamily=Times New Roman;align=center;verticalAlign=middle;spacing=0;" value="" vertex="1">
          <mxGeometry height="27" width="30" x="815.6666717529297" y="482.93334197998047" as="geometry" />
        </mxCell>
        <mxCell id="547RB0s-43AFMOzRQYhj-293" edge="1" parent="1" style="endArrow=block;startArrow=block;endFill=1;startFill=1;html=1;rounded=0;strokeWidth=1.2;strokeColor=#000000;" value="">
          <mxGeometry height="50" relative="1" width="50" as="geometry">
            <mxPoint x="600.6666717529297" y="401.93334197998047" as="sourcePoint" />
            <mxPoint x="600.6666717529297" y="509.93334197998047" as="targetPoint" />
          </mxGeometry>
        </mxCell>
        <mxCell id="547RB0s-43AFMOzRQYhj-294" parent="1" style="text;html=1;strokeColor=none;fillColor=none;align=center;verticalAlign=middle;whiteSpace=wrap;rounded=0;fontSize=18;fontFamily=Times New Roman;spacing=0;rotation=-90;" value="H&lt;sub&gt;O&lt;/sub&gt;*W&lt;sub&gt;O&lt;/sub&gt;" vertex="1">
          <mxGeometry height="50" width="35" x="569.6666717529297" y="428.93334197998047" as="geometry" />
        </mxCell>
        <mxCell id="547RB0s-43AFMOzRQYhj-295" edge="1" parent="1" style="endArrow=block;startArrow=block;endFill=1;startFill=1;html=1;rounded=0;strokeWidth=1.2;strokeColor=#000000;" value="">
          <mxGeometry height="50" relative="1" width="50" as="geometry">
            <mxPoint x="605.6666717529297" y="515.9333419799805" as="sourcePoint" />
            <mxPoint x="845.6666717529297" y="515.9333419799805" as="targetPoint" />
          </mxGeometry>
        </mxCell>
        <mxCell id="547RB0s-43AFMOzRQYhj-296" parent="1" style="text;html=1;strokeColor=none;fillColor=none;align=center;verticalAlign=middle;whiteSpace=wrap;rounded=0;fontSize=18;fontFamily=Times New Roman;spacing=0;" value="C&lt;sub&gt;i&lt;/sub&gt;*H&lt;sub&gt;F&lt;/sub&gt;*W&lt;sub&gt;F&lt;/sub&gt;" vertex="1">
          <mxGeometry height="22" width="80" x="686.6666717529297" y="526.9333419799805" as="geometry" />
        </mxCell>
        <mxCell id="547RB0s-43AFMOzRQYhj-297" parent="1" style="text;html=1;strokeColor=none;fillColor=none;align=center;verticalAlign=middle;whiteSpace=wrap;rounded=0;fontSize=20;fontFamily=Times New Roman;spacing=0;" value="GEMM" vertex="1">
          <mxGeometry height="28" width="65" x="882.6666717529297" y="407.93334197998047" as="geometry" />
        </mxCell>
        <mxCell id="547RB0s-43AFMOzRQYhj-300" edge="1" parent="1" style="endArrow=block;html=1;rounded=0;strokeWidth=1.5;strokeColor=#000000;endSize=16;" value="">
          <mxGeometry height="50" relative="1" width="50" as="geometry">
            <mxPoint x="1075.9966717529296" y="288.93334197998047" as="sourcePoint" />
            <mxPoint x="1075.9966717529296" y="337.93334197998047" as="targetPoint" />
          </mxGeometry>
        </mxCell>
        <mxCell id="547RB0s-43AFMOzRQYhj-301" parent="1" style="text;html=1;strokeColor=none;fillColor=none;align=center;verticalAlign=middle;whiteSpace=wrap;rounded=0;fontSize=20;fontFamily=Times New Roman;spacing=0;" value="Flatten" vertex="1">
          <mxGeometry height="24" width="70" x="1073.6666717529297" y="280.93334197998047" as="geometry" />
        </mxCell>
        <mxCell id="547RB0s-43AFMOzRQYhj-302" parent="1" style="rounded=0;whiteSpace=wrap;html=1;fillColor=#FFC000;strokeColor=#000000;fontSize=13;fontFamily=Times New Roman;align=center;verticalAlign=middle;spacing=0;" value="1A" vertex="1">
          <mxGeometry height="30" width="30" x="1033.6666717529297" y="399.93334197998047" as="geometry" />
        </mxCell>
        <mxCell id="547RB0s-43AFMOzRQYhj-303" parent="1" style="rounded=0;whiteSpace=wrap;html=1;fillColor=#FFC000;strokeColor=#000000;fontSize=13;fontFamily=Times New Roman;align=center;verticalAlign=middle;spacing=0;" value="" vertex="1">
          <mxGeometry height="30" width="30" x="1063.6666717529297" y="399.93334197998047" as="geometry" />
        </mxCell>
        <mxCell id="547RB0s-43AFMOzRQYhj-304" parent="1" style="rounded=0;whiteSpace=wrap;html=1;fillColor=#FFC000;strokeColor=#000000;fontSize=13;fontFamily=Times New Roman;align=center;verticalAlign=middle;spacing=0;" value="" vertex="1">
          <mxGeometry height="30" width="30" x="1093.6666717529297" y="399.93334197998047" as="geometry" />
        </mxCell>
        <mxCell id="547RB0s-43AFMOzRQYhj-305" parent="1" style="rounded=0;whiteSpace=wrap;html=1;fillColor=#FFC000;strokeColor=#000000;fontSize=13;fontFamily=Times New Roman;align=center;verticalAlign=middle;spacing=0;" value="1B" vertex="1">
          <mxGeometry height="30" width="30" x="1033.6666717529297" y="429.93334197998047" as="geometry" />
        </mxCell>
        <mxCell id="547RB0s-43AFMOzRQYhj-306" parent="1" style="rounded=0;whiteSpace=wrap;html=1;fillColor=#FFC000;strokeColor=#000000;fontSize=13;fontFamily=Times New Roman;align=center;verticalAlign=middle;spacing=0;" value="" vertex="1">
          <mxGeometry height="30" width="30" x="1063.6666717529297" y="429.93334197998047" as="geometry" />
        </mxCell>
        <mxCell id="547RB0s-43AFMOzRQYhj-307" parent="1" style="rounded=0;whiteSpace=wrap;html=1;fillColor=#FFC000;strokeColor=#000000;fontSize=13;fontFamily=Times New Roman;align=center;verticalAlign=middle;spacing=0;" value="" vertex="1">
          <mxGeometry height="30" width="30" x="1093.6666717529297" y="429.93334197998047" as="geometry" />
        </mxCell>
        <mxCell id="547RB0s-43AFMOzRQYhj-308" parent="1" style="rounded=0;whiteSpace=wrap;html=1;fillColor=#FFC000;strokeColor=#000000;fontSize=13;fontFamily=Times New Roman;align=center;verticalAlign=middle;spacing=0;" value="2A" vertex="1">
          <mxGeometry height="30" width="30" x="1033.6666717529297" y="459.93334197998047" as="geometry" />
        </mxCell>
        <mxCell id="547RB0s-43AFMOzRQYhj-309" parent="1" style="rounded=0;whiteSpace=wrap;html=1;fillColor=#FFC000;strokeColor=#000000;fontSize=13;fontFamily=Times New Roman;align=center;verticalAlign=middle;spacing=0;" value="" vertex="1">
          <mxGeometry height="30" width="30" x="1063.6666717529297" y="459.93334197998047" as="geometry" />
        </mxCell>
        <mxCell id="547RB0s-43AFMOzRQYhj-310" parent="1" style="rounded=0;whiteSpace=wrap;html=1;fillColor=#FFC000;strokeColor=#000000;fontSize=13;fontFamily=Times New Roman;align=center;verticalAlign=middle;spacing=0;" value="" vertex="1">
          <mxGeometry height="30" width="30" x="1093.6666717529297" y="459.93334197998047" as="geometry" />
        </mxCell>
        <mxCell id="547RB0s-43AFMOzRQYhj-311" parent="1" style="rounded=0;whiteSpace=wrap;html=1;fillColor=#FFC000;strokeColor=#000000;fontSize=13;fontFamily=Times New Roman;align=center;verticalAlign=middle;spacing=0;" value="2B" vertex="1">
          <mxGeometry height="30" width="30" x="1033.6666717529297" y="489.93334197998047" as="geometry" />
        </mxCell>
        <mxCell id="547RB0s-43AFMOzRQYhj-312" parent="1" style="rounded=0;whiteSpace=wrap;html=1;fillColor=#FFC000;strokeColor=#000000;fontSize=13;fontFamily=Times New Roman;align=center;verticalAlign=middle;spacing=0;" value="" vertex="1">
          <mxGeometry height="30" width="30" x="1063.6666717529297" y="489.93334197998047" as="geometry" />
        </mxCell>
        <mxCell id="547RB0s-43AFMOzRQYhj-313" parent="1" style="rounded=0;whiteSpace=wrap;html=1;fillColor=#FFC000;strokeColor=#000000;fontSize=13;fontFamily=Times New Roman;align=center;verticalAlign=middle;spacing=0;" value="" vertex="1">
          <mxGeometry height="30" width="30" x="1093.6666717529297" y="489.93334197998047" as="geometry" />
        </mxCell>
        <mxCell id="547RB0s-43AFMOzRQYhj-314" parent="1" style="rounded=0;whiteSpace=wrap;html=1;fillColor=#70AD47;strokeColor=#000000;fontSize=13;fontFamily=Times New Roman;align=center;verticalAlign=middle;spacing=0;" value="1A" vertex="1">
          <mxGeometry height="30" width="30" x="1033.6666717529297" y="519.9333419799805" as="geometry" />
        </mxCell>
        <mxCell id="547RB0s-43AFMOzRQYhj-315" parent="1" style="rounded=0;whiteSpace=wrap;html=1;fillColor=#70AD47;strokeColor=#000000;fontSize=13;fontFamily=Times New Roman;align=center;verticalAlign=middle;spacing=0;" value="" vertex="1">
          <mxGeometry height="30" width="30" x="1063.6666717529297" y="519.9333419799805" as="geometry" />
        </mxCell>
        <mxCell id="547RB0s-43AFMOzRQYhj-316" parent="1" style="rounded=0;whiteSpace=wrap;html=1;fillColor=#70AD47;strokeColor=#000000;fontSize=13;fontFamily=Times New Roman;align=center;verticalAlign=middle;spacing=0;" value="" vertex="1">
          <mxGeometry height="30" width="30" x="1093.6666717529297" y="519.9333419799805" as="geometry" />
        </mxCell>
        <mxCell id="547RB0s-43AFMOzRQYhj-317" parent="1" style="rounded=0;whiteSpace=wrap;html=1;fillColor=#70AD47;strokeColor=#000000;fontSize=13;fontFamily=Times New Roman;align=center;verticalAlign=middle;spacing=0;" value="1B" vertex="1">
          <mxGeometry height="30" width="30" x="1033.6666717529297" y="549.9333419799805" as="geometry" />
        </mxCell>
        <mxCell id="547RB0s-43AFMOzRQYhj-318" parent="1" style="rounded=0;whiteSpace=wrap;html=1;fillColor=#70AD47;strokeColor=#000000;fontSize=13;fontFamily=Times New Roman;align=center;verticalAlign=middle;spacing=0;" value="" vertex="1">
          <mxGeometry height="30" width="30" x="1063.6666717529297" y="549.9333419799805" as="geometry" />
        </mxCell>
        <mxCell id="547RB0s-43AFMOzRQYhj-319" parent="1" style="rounded=0;whiteSpace=wrap;html=1;fillColor=#70AD47;strokeColor=#000000;fontSize=13;fontFamily=Times New Roman;align=center;verticalAlign=middle;spacing=0;" value="" vertex="1">
          <mxGeometry height="30" width="30" x="1093.6666717529297" y="549.9333419799805" as="geometry" />
        </mxCell>
        <mxCell id="547RB0s-43AFMOzRQYhj-320" parent="1" style="rounded=0;whiteSpace=wrap;html=1;fillColor=#70AD47;strokeColor=#000000;fontSize=13;fontFamily=Times New Roman;align=center;verticalAlign=middle;spacing=0;" value="2A" vertex="1">
          <mxGeometry height="30" width="30" x="1033.6666717529297" y="579.9333419799805" as="geometry" />
        </mxCell>
        <mxCell id="547RB0s-43AFMOzRQYhj-321" parent="1" style="rounded=0;whiteSpace=wrap;html=1;fillColor=#70AD47;strokeColor=#000000;fontSize=13;fontFamily=Times New Roman;align=center;verticalAlign=middle;spacing=0;" value="" vertex="1">
          <mxGeometry height="30" width="30" x="1063.6666717529297" y="579.9333419799805" as="geometry" />
        </mxCell>
        <mxCell id="547RB0s-43AFMOzRQYhj-322" parent="1" style="rounded=0;whiteSpace=wrap;html=1;fillColor=#70AD47;strokeColor=#000000;fontSize=13;fontFamily=Times New Roman;align=center;verticalAlign=middle;spacing=0;" value="" vertex="1">
          <mxGeometry height="30" width="30" x="1093.6666717529297" y="579.9333419799805" as="geometry" />
        </mxCell>
        <mxCell id="547RB0s-43AFMOzRQYhj-323" parent="1" style="rounded=0;whiteSpace=wrap;html=1;fillColor=#70AD47;strokeColor=#000000;fontSize=13;fontFamily=Times New Roman;align=center;verticalAlign=middle;spacing=0;" value="2B" vertex="1">
          <mxGeometry height="30" width="30" x="1033.6666717529297" y="609.9333419799805" as="geometry" />
        </mxCell>
        <mxCell id="547RB0s-43AFMOzRQYhj-324" parent="1" style="rounded=0;whiteSpace=wrap;html=1;fillColor=#70AD47;strokeColor=#000000;fontSize=13;fontFamily=Times New Roman;align=center;verticalAlign=middle;spacing=0;" value="" vertex="1">
          <mxGeometry height="30" width="30" x="1063.6666717529297" y="609.9333419799805" as="geometry" />
        </mxCell>
        <mxCell id="547RB0s-43AFMOzRQYhj-325" parent="1" style="rounded=0;whiteSpace=wrap;html=1;fillColor=#70AD47;strokeColor=#000000;fontSize=13;fontFamily=Times New Roman;align=center;verticalAlign=middle;spacing=0;" value="" vertex="1">
          <mxGeometry height="30" width="30" x="1093.6666717529297" y="609.9333419799805" as="geometry" />
        </mxCell>
        <mxCell id="547RB0s-43AFMOzRQYhj-326" edge="1" parent="1" style="endArrow=block;startArrow=block;endFill=1;startFill=1;html=1;rounded=0;strokeWidth=1.2;strokeColor=#000000;" value="">
          <mxGeometry height="50" relative="1" width="50" as="geometry">
            <mxPoint x="1023.6666717529297" y="399.93334197998047" as="sourcePoint" />
            <mxPoint x="1023.6666717529297" y="639.9333419799805" as="targetPoint" />
          </mxGeometry>
        </mxCell>
        <mxCell id="547RB0s-43AFMOzRQYhj-327" parent="1" style="text;html=1;strokeColor=none;fillColor=none;align=center;verticalAlign=middle;whiteSpace=wrap;rounded=0;fontSize=18;fontFamily=Times New Roman;spacing=0;rotation=90;" value="C&lt;sub&gt;i&lt;/sub&gt;*H&lt;sub&gt;F&lt;/sub&gt;*W&lt;sub&gt;F&lt;/sub&gt;" vertex="1">
          <mxGeometry height="65" width="65" x="953.6666717529297" y="489.93334197998047" as="geometry" />
        </mxCell>
        <mxCell id="547RB0s-43AFMOzRQYhj-328" edge="1" parent="1" style="endArrow=block;startArrow=block;endFill=1;startFill=1;html=1;rounded=0;strokeWidth=1.2;strokeColor=#000000;" value="">
          <mxGeometry height="50" relative="1" width="50" as="geometry">
            <mxPoint x="1033.6666717529297" y="646.9333419799805" as="sourcePoint" />
            <mxPoint x="1123.6666717529297" y="646.9333419799805" as="targetPoint" />
          </mxGeometry>
        </mxCell>
        <mxCell id="547RB0s-43AFMOzRQYhj-329" parent="1" style="text;html=1;strokeColor=none;fillColor=none;align=center;verticalAlign=middle;whiteSpace=wrap;rounded=0;fontSize=18;fontFamily=Times New Roman;spacing=0;" value="C&lt;sub&gt;O&lt;/sub&gt;" vertex="1">
          <mxGeometry height="22" width="45" x="1054.4966717529296" y="650.0033419799805" as="geometry" />
        </mxCell>
        <mxCell id="547RB0s-43AFMOzRQYhj-330" parent="1" style="text;html=1;strokeColor=none;fillColor=none;align=center;verticalAlign=middle;whiteSpace=wrap;rounded=0;fontSize=20;fontFamily=Times New Roman;spacing=0;rotation=0;" value="Filter Matrix" vertex="1">
          <mxGeometry height="49.07" width="83.33" x="1040.3400000000001" y="341.93" as="geometry" />
        </mxCell>
        <mxCell id="547RB0s-43AFMOzRQYhj-331" parent="1" style="text;html=1;strokeColor=none;fillColor=none;align=center;verticalAlign=middle;whiteSpace=wrap;rounded=0;fontSize=28;fontFamily=Times New Roman;spacing=0;fontStyle=1;" value="=" vertex="1">
          <mxGeometry height="34" width="30" x="1190.6666717529297" y="436.93334197998047" as="geometry" />
        </mxCell>
        <mxCell id="547RB0s-43AFMOzRQYhj-351" connectable="0" parent="1" style="group" value="" vertex="1">
          <mxGeometry height="40.99665802001954" width="40.33332824707031" x="844.6666717529297" y="200.00334197998046" as="geometry" />
        </mxCell>
        <mxCell id="547RB0s-43AFMOzRQYhj-197" parent="547RB0s-43AFMOzRQYhj-351" style="ellipse;whiteSpace=wrap;html=1;aspect=fixed;fillColor=#FFFFFF;strokeColor=#000000;fontSize=22;fontStyle=1;fontFamily=Times New Roman;align=center;verticalAlign=middle;" value="" vertex="1">
          <mxGeometry height="38" width="38" as="geometry" />
        </mxCell>
        <mxCell id="547RB0s-43AFMOzRQYhj-349" parent="547RB0s-43AFMOzRQYhj-351" style="text;whiteSpace=wrap;html=1;" value="&lt;span style=&quot;color: rgb(0, 0, 0); font-family: &amp;quot;Times New Roman&amp;quot;; font-size: 24px; font-style: normal; font-variant-ligatures: normal; font-variant-caps: normal; font-weight: 700; letter-spacing: normal; orphans: 2; text-align: center; text-indent: 0px; text-transform: none; widows: 2; word-spacing: 0px; -webkit-text-stroke-width: 0px; white-space: normal; text-decoration-thickness: initial; text-decoration-style: initial; text-decoration-color: initial; float: none; display: inline !important;&quot;&gt;*&lt;/span&gt;" vertex="1">
          <mxGeometry height="40" width="30" x="10.333328247070312" y="0.9966580200195381" as="geometry" />
        </mxCell>
        <mxCell id="547RB0s-43AFMOzRQYhj-355" parent="1" style="shape=cross;whiteSpace=wrap;html=1;rotation=45;" value="" vertex="1">
          <mxGeometry height="34" width="34" x="898.1700000000001" y="449.93000000000006" as="geometry" />
        </mxCell>
        <mxCell id="547RB0s-43AFMOzRQYhj-332" parent="1" style="text;html=1;strokeColor=none;fillColor=none;align=center;verticalAlign=middle;whiteSpace=wrap;rounded=0;fontSize=20;fontFamily=Times New Roman;spacing=0;" value="OFmap Matrix" vertex="1">
          <mxGeometry height="25" width="130" x="1319.9966717529296" y="360.00334197998046" as="geometry" />
        </mxCell>
        <mxCell id="547RB0s-43AFMOzRQYhj-333" parent="1" style="rounded=0;whiteSpace=wrap;html=1;fillColor=#D9D9D9;strokeColor=#000000;fontSize=12;fontFamily=Times New Roman;align=center;verticalAlign=middle;spacing=0;" value="" vertex="1">
          <mxGeometry height="27" width="31" x="1331.9966717529296" y="388.00334197998046" as="geometry" />
        </mxCell>
        <mxCell id="547RB0s-43AFMOzRQYhj-334" parent="1" style="rounded=0;whiteSpace=wrap;html=1;fillColor=#D9D9D9;strokeColor=#000000;fontSize=12;fontFamily=Times New Roman;align=center;verticalAlign=middle;spacing=0;" value="" vertex="1">
          <mxGeometry height="27" width="31" x="1362.9966717529296" y="388.00334197998046" as="geometry" />
        </mxCell>
        <mxCell id="547RB0s-43AFMOzRQYhj-336" parent="1" style="rounded=0;whiteSpace=wrap;html=1;fillColor=#D9D9D9;strokeColor=#000000;fontSize=12;fontFamily=Times New Roman;align=center;verticalAlign=middle;spacing=0;" value="" vertex="1">
          <mxGeometry height="27" width="31" x="1331.9966717529296" y="415.00334197998046" as="geometry" />
        </mxCell>
        <mxCell id="547RB0s-43AFMOzRQYhj-337" parent="1" style="rounded=0;whiteSpace=wrap;html=1;fillColor=#D9D9D9;strokeColor=#000000;fontSize=12;fontFamily=Times New Roman;align=center;verticalAlign=middle;spacing=0;" value="" vertex="1">
          <mxGeometry height="27" width="31" x="1362.9966717529296" y="415.00334197998046" as="geometry" />
        </mxCell>
        <mxCell id="547RB0s-43AFMOzRQYhj-339" parent="1" style="rounded=0;whiteSpace=wrap;html=1;fillColor=#D9D9D9;strokeColor=#000000;fontSize=12;fontFamily=Times New Roman;align=center;verticalAlign=middle;spacing=0;" value="" vertex="1">
          <mxGeometry height="27" width="31" x="1331.9966717529296" y="442.00334197998046" as="geometry" />
        </mxCell>
        <mxCell id="547RB0s-43AFMOzRQYhj-340" parent="1" style="rounded=0;whiteSpace=wrap;html=1;fillColor=#D9D9D9;strokeColor=#000000;fontSize=12;fontFamily=Times New Roman;align=center;verticalAlign=middle;spacing=0;" value="" vertex="1">
          <mxGeometry height="27" width="31" x="1362.9966717529296" y="442.00334197998046" as="geometry" />
        </mxCell>
        <mxCell id="547RB0s-43AFMOzRQYhj-342" parent="1" style="rounded=0;whiteSpace=wrap;html=1;fillColor=#D9D9D9;strokeColor=#000000;fontSize=12;fontFamily=Times New Roman;align=center;verticalAlign=middle;spacing=0;" value="" vertex="1">
          <mxGeometry height="27" width="31" x="1331.9966717529296" y="469.00334197998046" as="geometry" />
        </mxCell>
        <mxCell id="547RB0s-43AFMOzRQYhj-343" parent="1" style="rounded=0;whiteSpace=wrap;html=1;fillColor=#D9D9D9;strokeColor=#000000;fontSize=12;fontFamily=Times New Roman;align=center;verticalAlign=middle;spacing=0;" value="" vertex="1">
          <mxGeometry height="27" width="31" x="1362.9966717529296" y="469.00334197998046" as="geometry" />
        </mxCell>
        <mxCell id="547RB0s-43AFMOzRQYhj-345" edge="1" parent="1" style="endArrow=block;startArrow=block;endFill=1;startFill=1;html=1;rounded=0;strokeWidth=1.2;strokeColor=#000000;" value="">
          <mxGeometry height="50" relative="1" width="50" as="geometry">
            <mxPoint x="1434.9966717529296" y="388.00334197998046" as="sourcePoint" />
            <mxPoint x="1434.9966717529296" y="496.00334197998046" as="targetPoint" />
          </mxGeometry>
        </mxCell>
        <mxCell id="547RB0s-43AFMOzRQYhj-346" parent="1" style="text;html=1;strokeColor=none;fillColor=none;align=center;verticalAlign=middle;whiteSpace=wrap;rounded=0;fontSize=18;fontFamily=Times New Roman;spacing=0;rotation=90;" value="H&lt;sub&gt;O&lt;/sub&gt;*W&lt;sub&gt;O&lt;/sub&gt;" vertex="1">
          <mxGeometry height="50" width="87.67" x="1424.9999999999998" y="414" as="geometry" />
        </mxCell>
        <mxCell id="547RB0s-43AFMOzRQYhj-347" edge="1" parent="1" style="endArrow=block;startArrow=block;endFill=1;startFill=1;html=1;rounded=0;strokeWidth=1.2;strokeColor=#000000;" value="">
          <mxGeometry height="50" relative="1" width="50" as="geometry">
            <mxPoint x="1331.9966717529296" y="503.00334197998046" as="sourcePoint" />
            <mxPoint x="1424.9966717529296" y="503.00334197998046" as="targetPoint" />
          </mxGeometry>
        </mxCell>
        <mxCell id="547RB0s-43AFMOzRQYhj-348" parent="1" style="text;html=1;strokeColor=none;fillColor=none;align=center;verticalAlign=middle;whiteSpace=wrap;rounded=0;fontSize=18;fontFamily=Times New Roman;spacing=0;" value="C&lt;sub&gt;O&lt;/sub&gt;" vertex="1">
          <mxGeometry height="22" width="45" x="1355.9966717529296" y="515.0033419799804" as="geometry" />
        </mxCell>
        <mxCell id="547RB0s-43AFMOzRQYhj-761" connectable="0" parent="1" style="group" value="" vertex="1">
          <mxGeometry height="129" width="130.33999999999992" x="1282.3266717529298" y="121.93334197998047" as="geometry" />
        </mxCell>
        <mxCell id="547RB0s-43AFMOzRQYhj-232" parent="547RB0s-43AFMOzRQYhj-761" style="rounded=0;whiteSpace=wrap;html=1;fillColor=#D9D9D9;strokeColor=#000000;fontSize=12;fontFamily=Times New Roman;align=center;verticalAlign=middle;spacing=0;" value="" vertex="1">
          <mxGeometry height="30" width="30" x="69.33999999999992" y="22" as="geometry" />
        </mxCell>
        <mxCell id="547RB0s-43AFMOzRQYhj-233" parent="547RB0s-43AFMOzRQYhj-761" style="rounded=0;whiteSpace=wrap;html=1;fillColor=#D9D9D9;strokeColor=#000000;fontSize=12;fontFamily=Times New Roman;align=center;verticalAlign=middle;spacing=0;" value="" vertex="1">
          <mxGeometry height="30" width="30" x="99.33999999999992" y="22" as="geometry" />
        </mxCell>
        <mxCell id="547RB0s-43AFMOzRQYhj-235" parent="547RB0s-43AFMOzRQYhj-761" style="rounded=0;whiteSpace=wrap;html=1;fillColor=#D9D9D9;strokeColor=#000000;fontSize=12;fontFamily=Times New Roman;align=center;verticalAlign=middle;spacing=0;" value="" vertex="1">
          <mxGeometry height="30" width="30" x="69.33999999999992" y="52" as="geometry" />
        </mxCell>
        <mxCell id="547RB0s-43AFMOzRQYhj-236" parent="547RB0s-43AFMOzRQYhj-761" style="rounded=0;whiteSpace=wrap;html=1;fillColor=#D9D9D9;strokeColor=#000000;fontSize=12;fontFamily=Times New Roman;align=center;verticalAlign=middle;spacing=0;" value="" vertex="1">
          <mxGeometry height="30" width="30" x="99.33999999999992" y="52" as="geometry" />
        </mxCell>
        <mxCell id="547RB0s-43AFMOzRQYhj-241" parent="547RB0s-43AFMOzRQYhj-761" style="rounded=0;whiteSpace=wrap;html=1;fillColor=#D9D9D9;strokeColor=#000000;fontSize=12;fontFamily=Times New Roman;align=center;verticalAlign=middle;spacing=0;" value="" vertex="1">
          <mxGeometry height="30" width="30" x="41.33999999999992" y="40" as="geometry" />
        </mxCell>
        <mxCell id="547RB0s-43AFMOzRQYhj-242" parent="547RB0s-43AFMOzRQYhj-761" style="rounded=0;whiteSpace=wrap;html=1;fillColor=#D9D9D9;strokeColor=#000000;fontSize=12;fontFamily=Times New Roman;align=center;verticalAlign=middle;spacing=0;" value="" vertex="1">
          <mxGeometry height="30" width="30" x="71.33999999999992" y="40" as="geometry" />
        </mxCell>
        <mxCell id="547RB0s-43AFMOzRQYhj-244" parent="547RB0s-43AFMOzRQYhj-761" style="rounded=0;whiteSpace=wrap;html=1;fillColor=#D9D9D9;strokeColor=#000000;fontSize=12;fontFamily=Times New Roman;align=center;verticalAlign=middle;spacing=0;" value="" vertex="1">
          <mxGeometry height="30" width="30" x="41.33999999999992" y="70" as="geometry" />
        </mxCell>
        <mxCell id="547RB0s-43AFMOzRQYhj-245" parent="547RB0s-43AFMOzRQYhj-761" style="rounded=0;whiteSpace=wrap;html=1;fillColor=#D9D9D9;strokeColor=#000000;fontSize=12;fontFamily=Times New Roman;align=center;verticalAlign=middle;spacing=0;" value="" vertex="1">
          <mxGeometry height="30" width="30" x="71.33999999999992" y="70" as="geometry" />
        </mxCell>
        <mxCell id="547RB0s-43AFMOzRQYhj-250" edge="1" parent="547RB0s-43AFMOzRQYhj-761" style="endArrow=none;html=1;rounded=0;strokeWidth=1.1;strokeColor=#000000;" value="">
          <mxGeometry height="50" relative="1" width="50" as="geometry">
            <mxPoint x="41.33999999999992" y="40" as="sourcePoint" />
            <mxPoint x="69.33999999999992" y="22" as="targetPoint" />
          </mxGeometry>
        </mxCell>
        <mxCell id="547RB0s-43AFMOzRQYhj-251" edge="1" parent="547RB0s-43AFMOzRQYhj-761" style="endArrow=none;html=1;rounded=0;strokeWidth=1.1;strokeColor=#000000;" value="">
          <mxGeometry height="50" relative="1" width="50" as="geometry">
            <mxPoint x="101.33999999999992" y="40" as="sourcePoint" />
            <mxPoint x="129.33999999999992" y="22" as="targetPoint" />
          </mxGeometry>
        </mxCell>
        <mxCell id="547RB0s-43AFMOzRQYhj-253" edge="1" parent="547RB0s-43AFMOzRQYhj-761" style="endArrow=none;html=1;rounded=0;strokeWidth=1.1;strokeColor=#000000;" value="">
          <mxGeometry height="50" relative="1" width="50" as="geometry">
            <mxPoint x="102.33999999999992" y="100" as="sourcePoint" />
            <mxPoint x="130.33999999999992" y="82" as="targetPoint" />
          </mxGeometry>
        </mxCell>
        <mxCell id="547RB0s-43AFMOzRQYhj-254" edge="1" parent="547RB0s-43AFMOzRQYhj-761" style="endArrow=block;startArrow=block;endFill=1;startFill=1;html=1;rounded=0;strokeWidth=1.2;strokeColor=#000000;dashed=1;" value="">
          <mxGeometry height="50" relative="1" width="50" as="geometry">
            <mxPoint x="30.003328247070158" y="39.99665802001954" as="sourcePoint" />
            <mxPoint x="65.66999999999985" y="15.930000000000007" as="targetPoint" />
          </mxGeometry>
        </mxCell>
        <mxCell id="547RB0s-43AFMOzRQYhj-255" parent="547RB0s-43AFMOzRQYhj-761" style="text;html=1;strokeColor=none;fillColor=none;align=center;verticalAlign=middle;whiteSpace=wrap;rounded=0;fontSize=18;fontFamily=Times New Roman;spacing=0;" value="C&lt;sub&gt;O&lt;/sub&gt;" vertex="1">
          <mxGeometry height="24" width="45" x="7.999999999999773" as="geometry" />
        </mxCell>
        <mxCell id="547RB0s-43AFMOzRQYhj-256" parent="547RB0s-43AFMOzRQYhj-761" style="text;html=1;strokeColor=none;fillColor=none;align=center;verticalAlign=middle;whiteSpace=wrap;rounded=0;fontSize=18;fontFamily=Times New Roman;spacing=0;" value="H&lt;sub&gt;O&lt;/sub&gt;" vertex="1">
          <mxGeometry height="24" width="35" y="57" as="geometry" />
        </mxCell>
        <mxCell id="547RB0s-43AFMOzRQYhj-257" parent="547RB0s-43AFMOzRQYhj-761" style="text;html=1;strokeColor=none;fillColor=none;align=center;verticalAlign=middle;whiteSpace=wrap;rounded=0;fontSize=18;fontFamily=Times New Roman;spacing=0;" value="W&lt;sub&gt;O&lt;/sub&gt;" vertex="1">
          <mxGeometry height="22" width="45" x="53" y="107" as="geometry" />
        </mxCell>
        <mxCell id="547RB0s-43AFMOzRQYhj-762" connectable="0" parent="1" style="group" value="" vertex="1">
          <mxGeometry height="72" width="77" x="1106.6666717529297" y="172.93334197998047" as="geometry" />
        </mxCell>
        <mxCell id="547RB0s-43AFMOzRQYhj-210" parent="547RB0s-43AFMOzRQYhj-762" style="rounded=0;whiteSpace=wrap;html=1;fillColor=#70AD47;strokeColor=#000000;fontSize=12;fontFamily=Times New Roman;align=center;verticalAlign=middle;spacing=0;" value="" vertex="1">
          <mxGeometry height="30" width="30" x="17" as="geometry" />
        </mxCell>
        <mxCell id="547RB0s-43AFMOzRQYhj-211" parent="547RB0s-43AFMOzRQYhj-762" style="rounded=0;whiteSpace=wrap;html=1;fillColor=#70AD47;strokeColor=#000000;fontSize=12;fontFamily=Times New Roman;align=center;verticalAlign=middle;spacing=0;" value="" vertex="1">
          <mxGeometry height="30" width="30" x="47" as="geometry" />
        </mxCell>
        <mxCell id="547RB0s-43AFMOzRQYhj-212" parent="547RB0s-43AFMOzRQYhj-762" style="rounded=0;whiteSpace=wrap;html=1;fillColor=#70AD47;strokeColor=#000000;fontSize=12;fontFamily=Times New Roman;align=center;verticalAlign=middle;spacing=0;" value="" vertex="1">
          <mxGeometry height="30" width="30" x="17" y="30" as="geometry" />
        </mxCell>
        <mxCell id="547RB0s-43AFMOzRQYhj-213" parent="547RB0s-43AFMOzRQYhj-762" style="rounded=0;whiteSpace=wrap;html=1;fillColor=#70AD47;strokeColor=#000000;fontSize=12;fontFamily=Times New Roman;align=center;verticalAlign=middle;spacing=0;" value="" vertex="1">
          <mxGeometry height="30" width="30" x="47" y="30" as="geometry" />
        </mxCell>
        <mxCell id="547RB0s-43AFMOzRQYhj-214" parent="547RB0s-43AFMOzRQYhj-762" style="rounded=0;whiteSpace=wrap;html=1;fillColor=#FFC000;strokeColor=#000000;fontSize=13;fontFamily=Times New Roman;align=center;verticalAlign=middle;spacing=0;" value="" vertex="1">
          <mxGeometry height="30" width="30" y="12" as="geometry" />
        </mxCell>
        <mxCell id="547RB0s-43AFMOzRQYhj-215" parent="547RB0s-43AFMOzRQYhj-762" style="rounded=0;whiteSpace=wrap;html=1;fillColor=#FFC000;strokeColor=#000000;fontSize=13;fontFamily=Times New Roman;align=center;verticalAlign=middle;spacing=0;" value="" vertex="1">
          <mxGeometry height="30" width="30" x="30" y="12" as="geometry" />
        </mxCell>
        <mxCell id="547RB0s-43AFMOzRQYhj-216" parent="547RB0s-43AFMOzRQYhj-762" style="rounded=0;whiteSpace=wrap;html=1;fillColor=#FFC000;strokeColor=#000000;fontSize=13;fontFamily=Times New Roman;align=center;verticalAlign=middle;spacing=0;" value="" vertex="1">
          <mxGeometry height="30" width="30" y="42" as="geometry" />
        </mxCell>
        <mxCell id="547RB0s-43AFMOzRQYhj-217" parent="547RB0s-43AFMOzRQYhj-762" style="rounded=0;whiteSpace=wrap;html=1;fillColor=#FFC000;strokeColor=#000000;fontSize=13;fontFamily=Times New Roman;align=center;verticalAlign=middle;spacing=0;" value="" vertex="1">
          <mxGeometry height="30" width="30" x="30" y="42" as="geometry" />
        </mxCell>
        <mxCell id="547RB0s-43AFMOzRQYhj-218" edge="1" parent="547RB0s-43AFMOzRQYhj-762" style="endArrow=none;html=1;rounded=0;strokeWidth=1.2;strokeColor=#000000;" value="">
          <mxGeometry height="50" relative="1" width="50" as="geometry">
            <mxPoint y="12" as="sourcePoint" />
            <mxPoint x="17" as="targetPoint" />
          </mxGeometry>
        </mxCell>
        <mxCell id="547RB0s-43AFMOzRQYhj-219" edge="1" parent="547RB0s-43AFMOzRQYhj-762" style="endArrow=none;html=1;rounded=0;strokeWidth=1.2;strokeColor=#000000;" value="">
          <mxGeometry height="50" relative="1" width="50" as="geometry">
            <mxPoint x="60" y="12" as="sourcePoint" />
            <mxPoint x="77" as="targetPoint" />
          </mxGeometry>
        </mxCell>
        <mxCell id="547RB0s-43AFMOzRQYhj-221" edge="1" parent="547RB0s-43AFMOzRQYhj-762" style="endArrow=none;html=1;rounded=0;strokeWidth=1.2;strokeColor=#000000;" value="">
          <mxGeometry height="50" relative="1" width="50" as="geometry">
            <mxPoint x="60" y="72" as="sourcePoint" />
            <mxPoint x="77" y="60" as="targetPoint" />
          </mxGeometry>
        </mxCell>
        <mxCell id="547RB0s-43AFMOzRQYhj-764" parent="1" style="text;html=1;whiteSpace=wrap;strokeColor=none;fillColor=none;align=center;verticalAlign=middle;rounded=0;" value="&lt;font face=&quot;Times New Roman&quot; style=&quot;font-size: 34px;&quot;&gt;(a)Standa Convolution&lt;/font&gt;" vertex="1">
          <mxGeometry height="30" width="430" x="827" y="688.4300000000001" as="geometry" />
        </mxCell>
      </root>
    </mxGraphModel>
  </diagram>
</mxfile>
